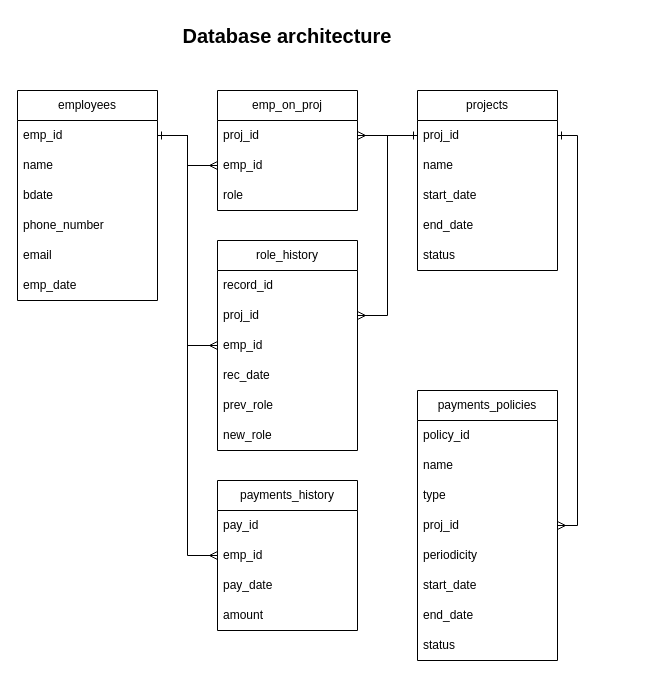
This is attach/DB arcitecture.drawio from Stevehh251/webjava, a draw.io file, before an edit. Source tidied: cells renumbered, new cells numbered last; positions are measured from the earlier drawing's top-left corner, leaving out a move shared by most shapes. Both pictures are drawn from the tidied source at 100%, with x=0, y=0 at pixel (17, 20).
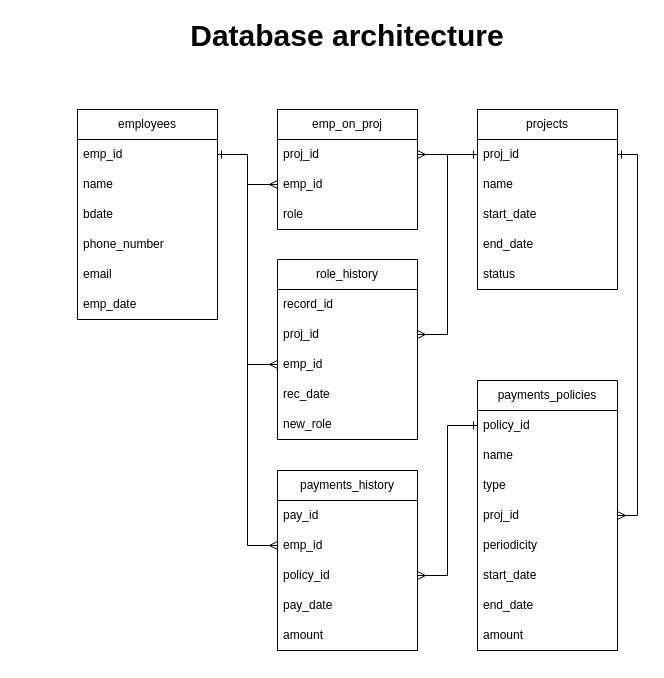
After the change.

Unchanged cells that the change refers to:
```xml
<mxCell id="5" value="emp_id" style="text;strokeColor=none;fillColor=none;align=left;verticalAlign=middle;spacingLeft=4;spacingRight=4;overflow=hidden;points=[[0,0.5],[1,0.5]];portConstraint=eastwest;whiteSpace=wrap;html=1;" parent="4" vertex="1">
  <mxGeometry y="30" width="140" height="30" as="geometry" />
</mxCell>
<mxCell id="12" value="proj_id" style="text;strokeColor=none;fillColor=none;align=left;verticalAlign=middle;spacingLeft=4;spacingRight=4;overflow=hidden;points=[[0,0.5],[1,0.5]];portConstraint=eastwest;whiteSpace=wrap;html=1;" parent="11" vertex="1">
  <mxGeometry y="30" width="140" height="30" as="geometry" />
</mxCell>
<mxCell id="18" value="policy_id" style="text;strokeColor=none;fillColor=none;align=left;verticalAlign=middle;spacingLeft=4;spacingRight=4;overflow=hidden;points=[[0,0.5],[1,0.5]];portConstraint=eastwest;whiteSpace=wrap;html=1;" parent="17" vertex="1">
  <mxGeometry y="30" width="140" height="30" as="geometry" />
</mxCell>
<mxCell id="21" value="proj_id" style="text;strokeColor=none;fillColor=none;align=left;verticalAlign=middle;spacingLeft=4;spacingRight=4;overflow=hidden;points=[[0,0.5],[1,0.5]];portConstraint=eastwest;whiteSpace=wrap;html=1;" parent="17" vertex="1">
  <mxGeometry y="120" width="140" height="30" as="geometry" />
</mxCell>
<mxCell id="28" value="emp_id" style="text;strokeColor=none;fillColor=none;align=left;verticalAlign=middle;spacingLeft=4;spacingRight=4;overflow=hidden;points=[[0,0.5],[1,0.5]];portConstraint=eastwest;whiteSpace=wrap;html=1;" parent="26" vertex="1">
  <mxGeometry y="60" width="140" height="30" as="geometry" />
</mxCell>
<mxCell id="32" value="proj_id" style="text;strokeColor=none;fillColor=none;align=left;verticalAlign=middle;spacingLeft=4;spacingRight=4;overflow=hidden;points=[[0,0.5],[1,0.5]];portConstraint=eastwest;whiteSpace=wrap;html=1;" parent="31" vertex="1">
  <mxGeometry y="30" width="140" height="30" as="geometry" />
</mxCell>
<mxCell id="33" value="emp_id" style="text;strokeColor=none;fillColor=none;align=left;verticalAlign=middle;spacingLeft=4;spacingRight=4;overflow=hidden;points=[[0,0.5],[1,0.5]];portConstraint=eastwest;whiteSpace=wrap;html=1;" parent="31" vertex="1">
  <mxGeometry y="60" width="140" height="30" as="geometry" />
</mxCell>
<mxCell id="37" value="proj_id" style="text;strokeColor=none;fillColor=none;align=left;verticalAlign=middle;spacingLeft=4;spacingRight=4;overflow=hidden;points=[[0,0.5],[1,0.5]];portConstraint=eastwest;whiteSpace=wrap;html=1;" parent="35" vertex="1">
  <mxGeometry y="60" width="140" height="30" as="geometry" />
</mxCell>
<mxCell id="38" value="emp_id" style="text;strokeColor=none;fillColor=none;align=left;verticalAlign=middle;spacingLeft=4;spacingRight=4;overflow=hidden;points=[[0,0.5],[1,0.5]];portConstraint=eastwest;whiteSpace=wrap;html=1;" parent="35" vertex="1">
  <mxGeometry y="90" width="140" height="30" as="geometry" />
</mxCell>
```

What changed in the source:
```diff
@@
-    <mxCell id="2" value="&lt;b&gt;&lt;font style=&quot;font-size: 20px;&quot;&gt;Database architecture&lt;/font&gt;&lt;/b&gt;" style="text;html=1;strokeColor=none;fillColor=none;align=center;verticalAlign=middle;whiteSpace=wrap;rounded=0;" parent="1" vertex="1">
-      <mxGeometry x="145" width="250" height="30" as="geometry" />
+    <mxCell id="2" value="&lt;b style=&quot;font-size: 30px;&quot;&gt;&lt;font style=&quot;font-size: 30px;&quot;&gt;Database architecture&lt;/font&gt;&lt;/b&gt;" style="text;html=1;strokeColor=none;fillColor=none;align=center;verticalAlign=middle;whiteSpace=wrap;rounded=0;fontSize=30;" parent="1" vertex="1">
+      <mxGeometry x="145" width="370" height="30" as="geometry" />
     </mxCell>
-    <mxCell id="3" style="group;" parent="1" vertex="1">
-      <mxGeometry y="70" width="540" height="570" as="geometry" />
-    </mxCell>
-    <mxCell id="4" value="employees" style="swimlane;fontStyle=0;horizontal=1;startSize=30;whiteSpace=wrap;html=1;" parent="3" vertex="1">
-      <mxGeometry width="140" height="210" as="geometry" />
+    <mxCell id="4" value="employees" style="swimlane;fontStyle=0;horizontal=1;startSize=30;whiteSpace=wrap;html=1;" parent="1" vertex="1">
+      <mxGeometry x="60" y="89" width="140" height="210" as="geometry" />
     </mxCell>
@@
-    <mxCell id="11" value="projects" style="swimlane;fontStyle=0;horizontal=1;startSize=30;whiteSpace=wrap;html=1;" parent="3" vertex="1">
-      <mxGeometry x="400" width="140" height="180" as="geometry" />
+    <mxCell id="11" value="projects" style="swimlane;fontStyle=0;horizontal=1;startSize=30;whiteSpace=wrap;html=1;" parent="1" vertex="1">
+      <mxGeometry x="460" y="89" width="140" height="180" as="geometry" />
     </mxCell>
@@
-    <mxCell id="17" value="payments_policies" style="swimlane;fontStyle=0;horizontal=1;startSize=30;whiteSpace=wrap;html=1;" parent="3" vertex="1">
-      <mxGeometry x="400" y="300" width="140" height="270" as="geometry" />
+    <mxCell id="17" value="payments_policies" style="swimlane;fontStyle=0;horizontal=1;startSize=30;whiteSpace=wrap;html=1;" parent="1" vertex="1">
+      <mxGeometry x="460" y="360" width="140" height="270" as="geometry" />
     </mxCell>
@@
-    <mxCell id="25" value="status" style="text;strokeColor=none;fillColor=none;align=left;verticalAlign=middle;spacingLeft=4;spacingRight=4;overflow=hidden;whiteSpace=wrap;html=1;" parent="17" vertex="1">
-      <mxGeometry y="240" width="140" height="30" as="geometry" />
-    </mxCell>
+    <mxCell id="48" value="amount" style="text;strokeColor=none;fillColor=none;align=left;verticalAlign=middle;spacingLeft=4;spacingRight=4;overflow=hidden;whiteSpace=wrap;html=1;" parent="17" vertex="1">
+      <mxGeometry y="240" width="140" height="30" as="geometry" />
+    </mxCell>
-    <mxCell id="26" value="payments_history" style="swimlane;fontStyle=0;horizontal=1;startSize=30;whiteSpace=wrap;html=1;" parent="3" vertex="1">
-      <mxGeometry x="200" y="390" width="140" height="150" as="geometry" />
+    <mxCell id="26" value="payments_history" style="swimlane;fontStyle=0;horizontal=1;startSize=30;whiteSpace=wrap;html=1;" parent="1" vertex="1">
+      <mxGeometry x="260" y="450" width="140" height="180" as="geometry" />
     </mxCell>
@@
+    <mxCell id="49" value="policy_id" style="text;strokeColor=none;fillColor=none;align=left;verticalAlign=middle;spacingLeft=4;spacingRight=4;overflow=hidden;points=[[0,0.5],[1,0.5]];portConstraint=eastwest;whiteSpace=wrap;html=1;" parent="26" vertex="1">
+      <mxGeometry y="90" width="140" height="30" as="geometry" />
+    </mxCell>
     <mxCell id="29" value="pay_date" style="text;strokeColor=none;fillColor=none;align=left;verticalAlign=middle;spacingLeft=4;spacingRight=4;overflow=hidden;whiteSpace=wrap;html=1;" parent="26" vertex="1">
-      <mxGeometry y="90" width="140" height="30" as="geometry" />
+      <mxGeometry y="120" width="140" height="30" as="geometry" />
     </mxCell>
     <mxCell id="30" value="amount" style="text;strokeColor=none;fillColor=none;align=left;verticalAlign=middle;spacingLeft=4;spacingRight=4;overflow=hidden;whiteSpace=wrap;html=1;" parent="26" vertex="1">
-      <mxGeometry y="120" width="140" height="30" as="geometry" />
+      <mxGeometry y="150" width="140" height="30" as="geometry" />
     </mxCell>
-    <mxCell id="31" value="emp_on_proj" style="swimlane;fontStyle=0;horizontal=1;startSize=30;whiteSpace=wrap;html=1;" parent="3" vertex="1">
-      <mxGeometry x="200" width="140" height="120" as="geometry" />
+    <mxCell id="31" value="emp_on_proj" style="swimlane;fontStyle=0;horizontal=1;startSize=30;whiteSpace=wrap;html=1;" parent="1" vertex="1">
+      <mxGeometry x="260" y="89" width="140" height="120" as="geometry" />
     </mxCell>
@@
-    <mxCell id="35" value="role_history" style="swimlane;fontStyle=0;horizontal=1;startSize=30;whiteSpace=wrap;html=1;" parent="3" vertex="1">
-      <mxGeometry x="200" y="150" width="140" height="210" as="geometry" />
+    <mxCell id="35" value="role_history" style="swimlane;fontStyle=0;horizontal=1;startSize=30;whiteSpace=wrap;html=1;" parent="1" vertex="1">
+      <mxGeometry x="260" y="239" width="140" height="180" as="geometry" />
     </mxCell>
@@
-    <mxCell id="40" value="prev_role" style="text;strokeColor=none;fillColor=none;align=left;verticalAlign=middle;spacingLeft=4;spacingRight=4;overflow=hidden;whiteSpace=wrap;html=1;" parent="35" vertex="1">
-      <mxGeometry y="150" width="140" height="30" as="geometry" />
-    </mxCell>
     <mxCell id="41" value="new_role" style="text;strokeColor=none;fillColor=none;align=left;verticalAlign=middle;spacingLeft=4;spacingRight=4;overflow=hidden;whiteSpace=wrap;html=1;" parent="35" vertex="1">
-      <mxGeometry y="180" width="140" height="30" as="geometry" />
+      <mxGeometry y="150" width="140" height="30" as="geometry" />
     </mxCell>
-    <mxCell id="42" style="edgeStyle=orthogonalEdgeStyle;rounded=0;jettySize=auto;html=1;startArrow=ERmany;startFill=0;endArrow=none;endFill=0;" parent="3" edge="1" source="32" target="12">
+    <mxCell id="42" style="edgeStyle=orthogonalEdgeStyle;rounded=0;jettySize=auto;html=1;startArrow=ERmany;startFill=0;endArrow=none;endFill=0;" parent="1" edge="1" source="32" target="12">
       <mxGeometry relative="1" as="geometry" />
     </mxCell>
-    <mxCell id="43" style="edgeStyle=orthogonalEdgeStyle;rounded=0;jettySize=auto;html=1;entryX=1;entryY=0.5;entryDx=0;entryDy=0;startArrow=ERmany;startFill=0;endArrow=none;endFill=0;" parent="3" edge="1" source="33" target="5">
+    <mxCell id="43" style="edgeStyle=orthogonalEdgeStyle;rounded=0;jettySize=auto;html=1;entryX=1;entryY=0.5;entryDx=0;entryDy=0;startArrow=ERmany;startFill=0;endArrow=none;endFill=0;" parent="1" edge="1" source="33" target="5">
       <mxGeometry relative="1" as="geometry" />
     </mxCell>
-    <mxCell id="44" style="edgeStyle=orthogonalEdgeStyle;rounded=0;jettySize=auto;html=1;entryX=1;entryY=0.5;entryDx=0;entryDy=0;endArrow=none;endFill=0;startArrow=ERmany;startFill=0;" parent="3" edge="1" source="38" target="5">
+    <mxCell id="44" style="edgeStyle=orthogonalEdgeStyle;rounded=0;jettySize=auto;html=1;entryX=1;entryY=0.5;entryDx=0;entryDy=0;endArrow=none;endFill=0;startArrow=ERmany;startFill=0;" parent="1" edge="1" source="38" target="5">
       <mxGeometry relative="1" as="geometry" />
     </mxCell>
-    <mxCell id="45" style="edgeStyle=orthogonalEdgeStyle;rounded=0;jettySize=auto;html=1;entryX=1;entryY=0.5;entryDx=0;entryDy=0;endArrow=ERmany;endFill=0;startArrow=ERone;startFill=0;" parent="3" edge="1" source="12" target="37">
+    <mxCell id="45" style="edgeStyle=orthogonalEdgeStyle;rounded=0;jettySize=auto;html=1;entryX=1;entryY=0.5;entryDx=0;entryDy=0;endArrow=ERmany;endFill=0;startArrow=ERone;startFill=0;" parent="1" edge="1" source="12" target="37">
       <mxGeometry relative="1" as="geometry" />
     </mxCell>
-    <mxCell id="46" style="edgeStyle=orthogonalEdgeStyle;rounded=0;jettySize=auto;html=1;entryX=0;entryY=0.5;entryDx=0;entryDy=0;endArrow=ERmany;endFill=0;startArrow=ERone;startFill=0;" parent="3" edge="1" source="5" target="28">
+    <mxCell id="46" style="edgeStyle=orthogonalEdgeStyle;rounded=0;jettySize=auto;html=1;entryX=0;entryY=0.5;entryDx=0;entryDy=0;endArrow=ERmany;endFill=0;startArrow=ERone;startFill=0;" parent="1" edge="1" source="5" target="28">
       <mxGeometry relative="1" as="geometry" />
     </mxCell>
-    <mxCell id="47" style="edgeStyle=orthogonalEdgeStyle;rounded=0;jettySize=auto;html=1;exitX=1;exitY=0.5;exitDx=0;exitDy=0;entryX=1;entryY=0.5;entryDx=0;entryDy=0;endArrow=ERmany;endFill=0;startArrow=ERone;startFill=0;" parent="3" edge="1" source="12" target="21">
-      <mxGeometry relative="1" as="geometry" />
-    </mxCell>
+    <mxCell id="50" style="edgeStyle=orthogonalEdgeStyle;rounded=0;jettySize=auto;html=1;entryX=1;entryY=0.5;entryDx=0;entryDy=0;startArrow=ERone;startFill=0;endArrow=ERmany;endFill=0;" parent="1" edge="1" source="18" target="49">
+      <mxGeometry relative="1" as="geometry" />
+    </mxCell>
+    <mxCell id="51" style="edgeStyle=orthogonalEdgeStyle;rounded=0;jettySize=auto;html=1;entryX=1;entryY=0.5;entryDx=0;entryDy=0;endArrow=ERone;endFill=0;startArrow=ERmany;startFill=0;" parent="1" edge="1" source="21" target="12">
+      <mxGeometry relative="1" as="geometry">
+        <Array as="points">
+          <mxPoint x="620" y="495" />
+          <mxPoint x="620" y="134" />
+        </Array>
+      </mxGeometry>
+    </mxCell>
```
